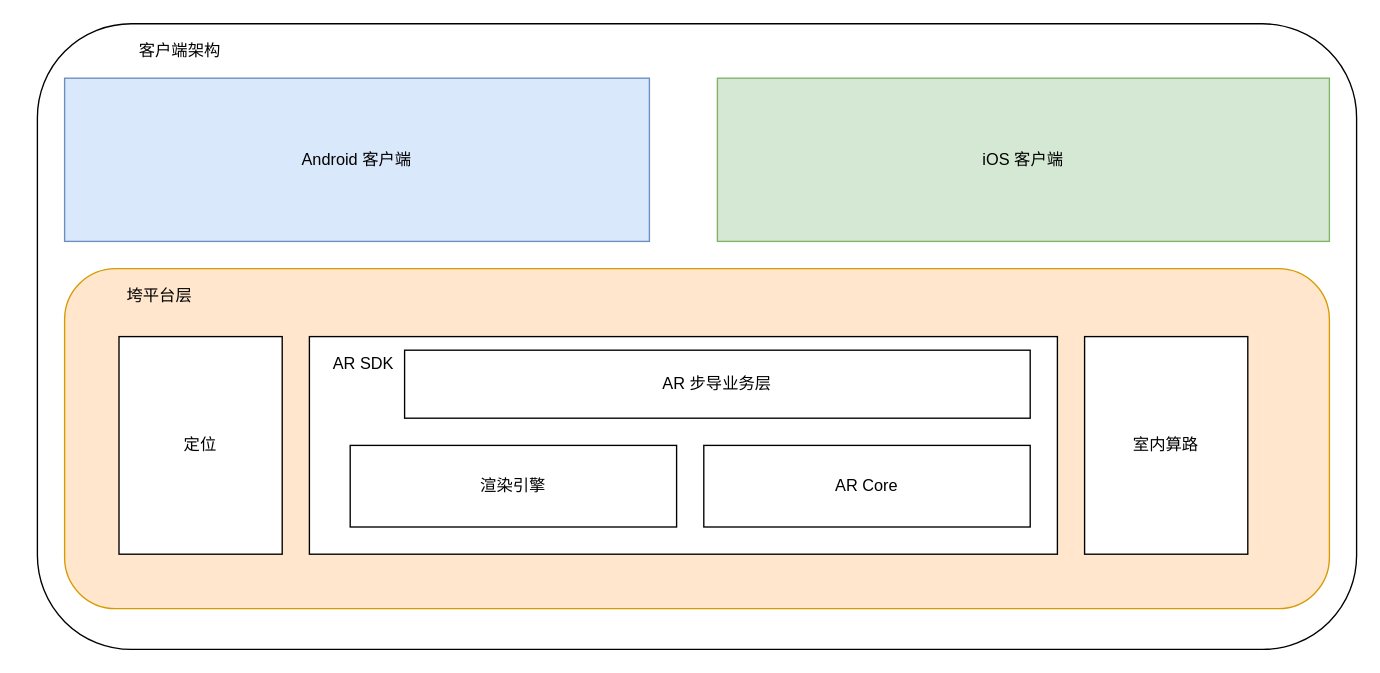
Before: page "Page-1" (1 of 2) of AR 客户端架构.drawio in wangziji/graphics, a draw.io diagram. Source tidied: cells renumbered, new cells numbered last; positions are measured from the earlier drawing's top-left corner, leaving out a move shared by most shapes. Both pictures are drawn from the tidied source at 136%, with x=0, y=0 at pixel (37, 23).
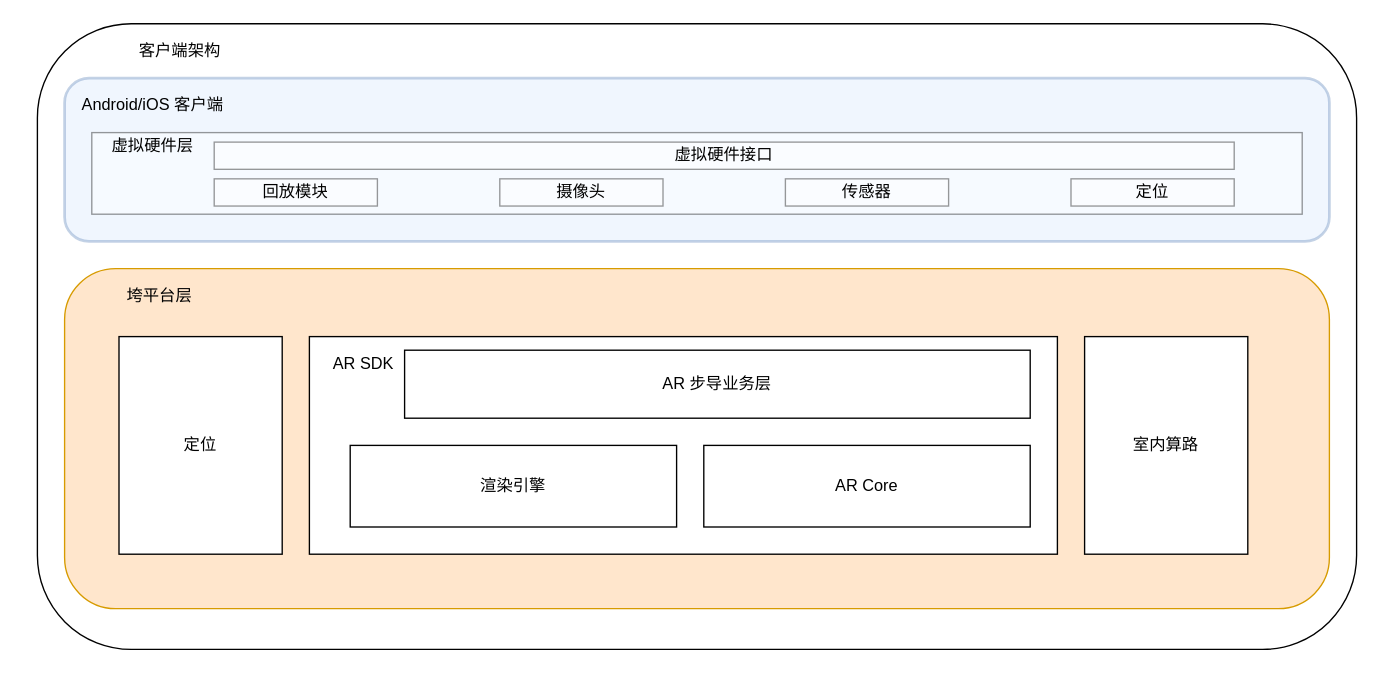
After the change.

Commit message:
Update AR 客户端架构.drawio

What changed in the source:
```diff
@@
+    <mxCell id="15" style="rounded=1;whiteSpace=wrap;html=1;strokeWidth=2;opacity=40;fillColor=#dae8fc;strokeColor=#6c8ebf;" parent="1" vertex="1">
+      <mxGeometry x="20" y="40" width="930" height="120" as="geometry" />
+    </mxCell>
@@
-    <mxCell id="12" value="Android 客户端" style="rounded=0;whiteSpace=wrap;html=1;fillColor=#dae8fc;strokeColor=#6c8ebf;" parent="1" vertex="1">
-      <mxGeometry x="20" y="40" width="430" height="120" as="geometry" />
-    </mxCell>
-    <mxCell id="13" value="iOS 客户端" style="rounded=0;whiteSpace=wrap;html=1;fillColor=#d5e8d4;strokeColor=#82b366;" parent="1" vertex="1">
-      <mxGeometry x="500" y="40" width="450" height="120" as="geometry" />
-    </mxCell>
@@
+    <mxCell id="16" value="Android/iOS 客户端" style="text;html=1;strokeColor=none;fillColor=none;align=center;verticalAlign=middle;whiteSpace=wrap;rounded=0;" parent="1" vertex="1">
+      <mxGeometry x="-10" y="50" width="190" height="20" as="geometry" />
+    </mxCell>
+    <mxCell id="17" style="rounded=0;whiteSpace=wrap;html=1;strokeWidth=1;opacity=40;" parent="1" vertex="1">
+      <mxGeometry x="40" y="80" width="890" height="60" as="geometry" />
+    </mxCell>
+    <mxCell id="18" value="虚拟硬件层" style="text;html=1;strokeColor=none;fillColor=none;align=center;verticalAlign=middle;whiteSpace=wrap;rounded=0;opacity=40;" parent="1" vertex="1">
+      <mxGeometry x="15" y="80" width="140" height="20" as="geometry" />
+    </mxCell>
+    <mxCell id="19" value="虚拟硬件接口" style="rounded=0;whiteSpace=wrap;html=1;strokeWidth=1;opacity=40;" parent="1" vertex="1">
+      <mxGeometry x="130" y="87" width="750" height="20" as="geometry" />
+    </mxCell>
+    <mxCell id="20" value="回放模块" style="rounded=0;whiteSpace=wrap;html=1;strokeWidth=1;opacity=40;" parent="1" vertex="1">
+      <mxGeometry x="130" y="114" width="120" height="20" as="geometry" />
+    </mxCell>
+    <mxCell id="21" value="摄像头" style="rounded=0;whiteSpace=wrap;html=1;strokeWidth=1;opacity=40;" parent="1" vertex="1">
+      <mxGeometry x="340" y="114" width="120" height="20" as="geometry" />
+    </mxCell>
+    <mxCell id="22" value="传感器" style="rounded=0;whiteSpace=wrap;html=1;strokeWidth=1;opacity=40;" parent="1" vertex="1">
+      <mxGeometry x="550" y="114" width="120" height="20" as="geometry" />
+    </mxCell>
+    <mxCell id="23" value="定位" style="rounded=0;whiteSpace=wrap;html=1;strokeWidth=1;opacity=40;" parent="1" vertex="1">
+      <mxGeometry x="760" y="114" width="120" height="20" as="geometry" />
+    </mxCell>
```
